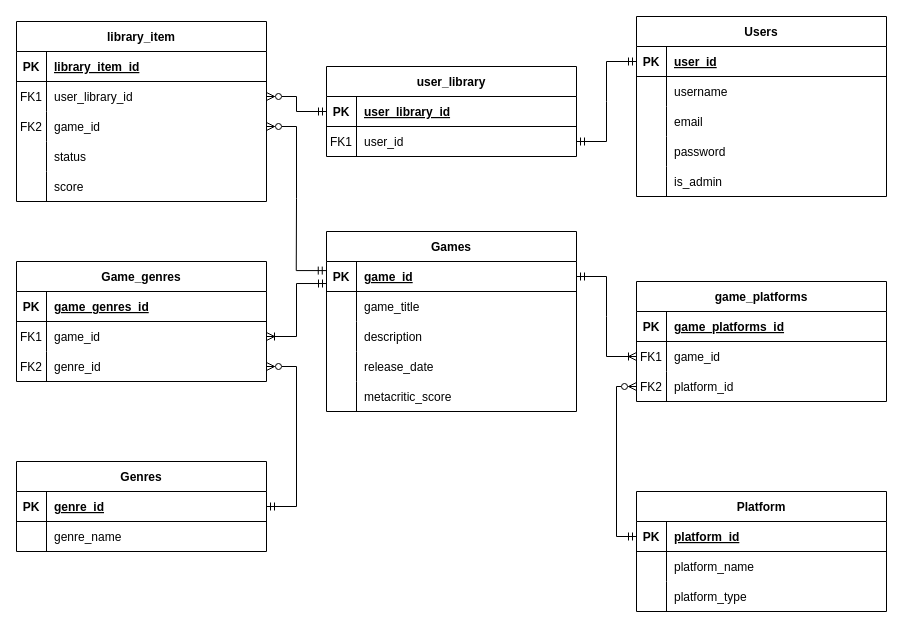
Above: docs/Game Library Tracker ERD.drawio in RAbeyrathna/T2A2-Game-Library-API (draw.io), before the change. Source tidied: cells renumbered, new cells numbered last; positions are measured from the earlier drawing's top-left corner, leaving out a move shared by most shapes. Both pictures are drawn from the tidied source at 100%, with x=0, y=0 at pixel (16, 16).
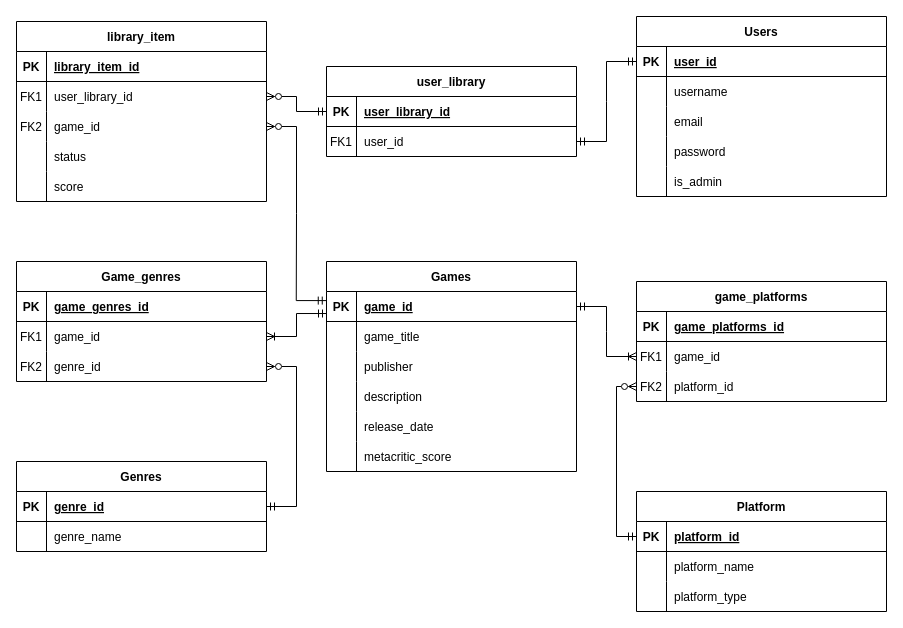
After the change.

Commit message (it also covers changes not shown here):
Update ERD with 'publisher' field for Games

Change to the diagram source:
```diff
@@
     <mxCell id="34" value="Games" style="shape=table;startSize=30;childLayout=tableLayout;rowLines=0;fontStyle=1;align=center;" parent="1" vertex="1">
-      <mxGeometry x="310" y="215" width="250" height="180" as="geometry" />
+      <mxGeometry x="310" y="245" width="250" height="210" as="geometry" />
     </mxCell>
@@
+    <mxCell id="101" style="shape=partialRectangle;fillColor=none;top=0;left=0;right=0;bottom=0;" parent="34" vertex="1">
+      <mxGeometry y="90" width="250" height="30" as="geometry" />
+    </mxCell>
+    <mxCell id="102" style="shape=partialRectangle;overflow=hidden;fillColor=none;top=0;left=0;bottom=0;right=0;" parent="101" vertex="1">
+      <mxGeometry width="30" height="30" as="geometry" />
+    </mxCell>
+    <mxCell id="103" value="publisher" style="shape=partialRectangle;overflow=hidden;fillColor=none;top=0;left=0;bottom=0;right=0;align=left;spacingLeft=6;" parent="101" vertex="1">
+      <mxGeometry x="30" width="220" height="30" as="geometry" />
+    </mxCell>
     <mxCell id="41" style="shape=partialRectangle;fillColor=none;top=0;left=0;right=0;bottom=0;" parent="34" vertex="1">
-      <mxGeometry y="90" width="250" height="30" as="geometry" />
+      <mxGeometry y="120" width="250" height="30" as="geometry" />
     </mxCell>
@@
     <mxCell id="44" style="shape=partialRectangle;fillColor=none;top=0;left=0;right=0;bottom=0;" parent="34" vertex="1">
-      <mxGeometry y="120" width="250" height="30" as="geometry" />
+      <mxGeometry y="150" width="250" height="30" as="geometry" />
     </mxCell>
@@
     <mxCell id="47" style="shape=partialRectangle;fillColor=none;top=0;left=0;right=0;bottom=0;" parent="34" vertex="1">
-      <mxGeometry y="150" width="250" height="30" as="geometry" />
+      <mxGeometry y="180" width="250" height="30" as="geometry" />
     </mxCell>
```
